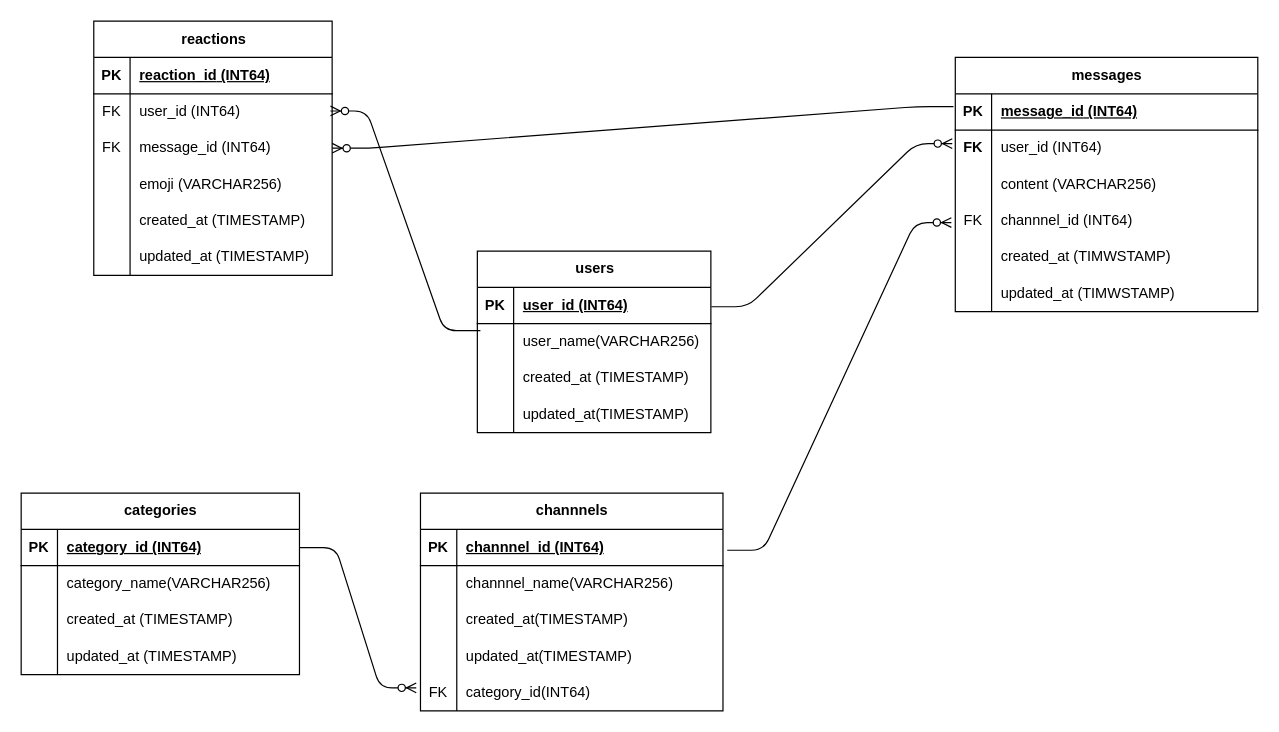
yoshiddddd/miteruyo-bot keeps this draw.io diagram as data-collect-bot/blueprint/discordER.drawio. Above is the earlier version. Source tidied: cells renumbered, new cells numbered last; positions are measured from the earlier drawing's top-left corner, leaving out a move shared by most shapes. Both pictures are drawn from the tidied source at 121%, with x=0, y=0 at pixel (21, 21).
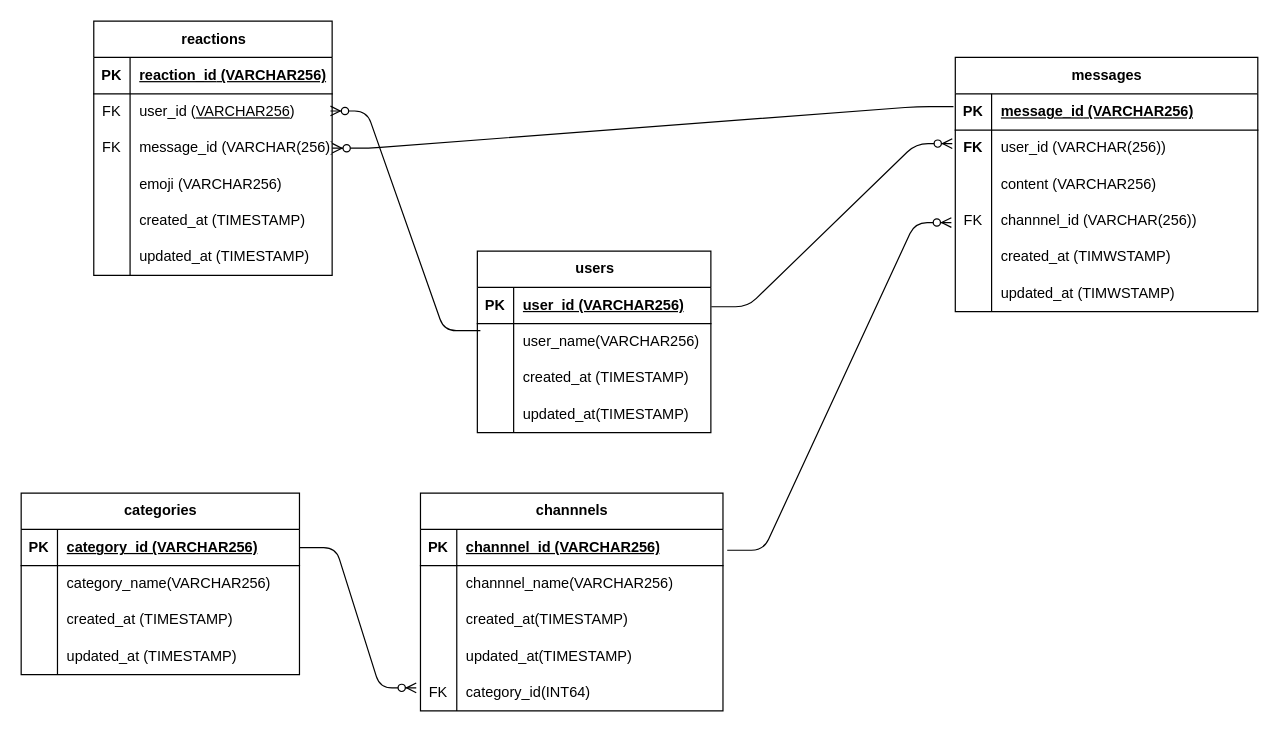
Above is the later version.

Unchanged cells that the change refers to:
```xml
<mxCell id="3" style="shape=tableRow;horizontal=0;startSize=0;swimlaneHead=0;swimlaneBody=0;fillColor=none;points=[[0,0.5],[1,0.5]];portConstraint=eastwest;top=0;left=0;right=0;bottom=1;" parent="2" vertex="1">
  <mxGeometry y="30" width="193" height="30" as="geometry" />
</mxCell>
<mxCell id="16" style="shape=tableRow;horizontal=0;startSize=0;swimlaneHead=0;swimlaneBody=0;fillColor=none;points=[[0,0.5],[1,0.5]];portConstraint=eastwest;top=0;left=0;right=0;bottom=1;" parent="15" vertex="1">
  <mxGeometry y="30" width="250" height="30" as="geometry" />
</mxCell>
<mxCell id="19" style="shape=tableRow;horizontal=0;startSize=0;swimlaneHead=0;swimlaneBody=0;fillColor=none;points=[[0,0.5],[1,0.5]];portConstraint=eastwest;top=0;left=0;right=0;bottom=0;" parent="15" vertex="1">
  <mxGeometry y="60" width="250" height="30" as="geometry" />
</mxCell>
<mxCell id="25" style="shape=tableRow;horizontal=0;startSize=0;swimlaneHead=0;swimlaneBody=0;fillColor=none;points=[[0,0.5],[1,0.5]];portConstraint=eastwest;top=0;left=0;right=0;bottom=0;" parent="15" vertex="1">
  <mxGeometry y="120" width="250" height="30" as="geometry" />
</mxCell>
<mxCell id="35" style="shape=tableRow;horizontal=0;startSize=0;swimlaneHead=0;swimlaneBody=0;fillColor=none;top=0;left=0;right=0;bottom=1;" parent="34" vertex="1">
  <mxGeometry y="30" width="197" height="30" as="geometry" />
</mxCell>
<mxCell id="38" style="shape=tableRow;horizontal=0;startSize=0;swimlaneHead=0;swimlaneBody=0;fillColor=none;points=[[0,0.5],[1,0.5]];portConstraint=eastwest;top=0;left=0;right=0;bottom=0;" parent="34" vertex="1">
  <mxGeometry y="60" width="197" height="30" as="geometry" />
</mxCell>
<mxCell id="41" style="shape=tableRow;horizontal=0;startSize=0;swimlaneHead=0;swimlaneBody=0;fillColor=none;points=[[0,0.5],[1,0.5]];portConstraint=eastwest;top=0;left=0;right=0;bottom=0;" parent="34" vertex="1">
  <mxGeometry y="90" width="197" height="30" as="geometry" />
</mxCell>
<mxCell id="57" style="shape=tableRow;horizontal=0;startSize=0;swimlaneHead=0;swimlaneBody=0;fillColor=none;points=[[0,0.5],[1,0.5]];portConstraint=eastwest;top=0;left=0;right=0;bottom=1;" parent="56" vertex="1">
  <mxGeometry y="30" width="250" height="30" as="geometry" />
</mxCell>
<mxCell id="74" style="shape=tableRow;horizontal=0;startSize=0;swimlaneHead=0;swimlaneBody=0;fillColor=none;points=[[0,0.5],[1,0.5]];portConstraint=eastwest;top=0;left=0;right=0;bottom=1;" parent="73" vertex="1">
  <mxGeometry y="30" width="230" height="30" as="geometry" />
</mxCell>
```

Diff of the diagram source:
```diff
@@
-    <mxCell id="5" value="user_id (INT64)" style="shape=partialRectangle;fillColor=none;top=0;left=0;bottom=0;right=0;align=left;spacingLeft=6;fontStyle=5;overflow=hidden;whiteSpace=wrap;html=1;" parent="3" vertex="1">
+    <mxCell id="5" value="user_id (VARCHAR256)" style="shape=partialRectangle;fillColor=none;top=0;left=0;bottom=0;right=0;align=left;spacingLeft=6;fontStyle=5;overflow=hidden;whiteSpace=wrap;html=1;" parent="3" vertex="1">
       <mxGeometry x="30" width="163" height="30" as="geometry" />
     </mxCell>
@@
-    <mxCell id="18" value="message_id&lt;span style=&quot;color: rgb(0, 0, 0);&quot;&gt;&amp;nbsp;(INT64)&lt;/span&gt;" style="shape=partialRectangle;fillColor=none;top=0;left=0;bottom=0;right=0;align=left;spacingLeft=6;fontStyle=5;overflow=hidden;whiteSpace=wrap;html=1;" parent="16" vertex="1">
+    <mxCell id="18" value="message_id&lt;span style=&quot;color: rgb(0, 0, 0);&quot;&gt;&amp;nbsp;(VARCHAR256)&lt;/span&gt;" style="shape=partialRectangle;fillColor=none;top=0;left=0;bottom=0;right=0;align=left;spacingLeft=6;fontStyle=5;overflow=hidden;whiteSpace=wrap;html=1;" parent="16" vertex="1">
       <mxGeometry x="30" width="220" height="30" as="geometry" />
     </mxCell>
@@
-    <mxCell id="21" value="user_id (INT64)" style="shape=partialRectangle;fillColor=none;top=0;left=0;bottom=0;right=0;align=left;spacingLeft=6;overflow=hidden;whiteSpace=wrap;html=1;" parent="19" vertex="1">
+    <mxCell id="21" value="user_id (VARCHAR(256))" style="shape=partialRectangle;fillColor=none;top=0;left=0;bottom=0;right=0;align=left;spacingLeft=6;overflow=hidden;whiteSpace=wrap;html=1;" parent="19" vertex="1">
       <mxGeometry x="30" width="220" height="30" as="geometry" />
     </mxCell>
@@
-    <mxCell id="27" value="channnel_id (INT64)" style="shape=partialRectangle;fillColor=none;top=0;left=0;bottom=0;right=0;align=left;spacingLeft=6;overflow=hidden;whiteSpace=wrap;html=1;" parent="25" vertex="1">
+    <mxCell id="27" value="channnel_id (VARCHAR(256))" style="shape=partialRectangle;fillColor=none;top=0;left=0;bottom=0;right=0;align=left;spacingLeft=6;overflow=hidden;whiteSpace=wrap;html=1;" parent="25" vertex="1">
       <mxGeometry x="30" width="220" height="30" as="geometry" />
     </mxCell>
@@
-    <mxCell id="37" value="reaction_id&lt;span style=&quot;color: rgb(0, 0, 0);&quot;&gt;&amp;nbsp;(INT64)&lt;/span&gt;" style="shape=partialRectangle;fillColor=none;top=0;left=0;bottom=0;right=0;align=left;spacingLeft=6;fontStyle=5;overflow=hidden;whiteSpace=wrap;html=1;" parent="35" vertex="1">
+    <mxCell id="37" value="reaction_id&lt;span style=&quot;color: rgb(0, 0, 0);&quot;&gt;&amp;nbsp;(VARCHAR256)&lt;/span&gt;" style="shape=partialRectangle;fillColor=none;top=0;left=0;bottom=0;right=0;align=left;spacingLeft=6;fontStyle=5;overflow=hidden;whiteSpace=wrap;html=1;" parent="35" vertex="1">
       <mxGeometry x="30" width="167" height="30" as="geometry" />
     </mxCell>
@@
-    <mxCell id="40" value="user_id&lt;span style=&quot;color: rgb(0, 0, 0);&quot;&gt;&amp;nbsp;(INT64)&lt;/span&gt;" style="shape=partialRectangle;fillColor=none;top=0;left=0;bottom=0;right=0;align=left;spacingLeft=6;overflow=hidden;whiteSpace=wrap;html=1;" parent="38" vertex="1">
+    <mxCell id="40" value="user_id&lt;span style=&quot;color: rgb(0, 0, 0);&quot;&gt;&amp;nbsp;(&lt;span style=&quot;color: rgb(0, 0, 0); text-decoration-line: underline;&quot;&gt;VARCHAR256&lt;/span&gt;)&lt;/span&gt;" style="shape=partialRectangle;fillColor=none;top=0;left=0;bottom=0;right=0;align=left;spacingLeft=6;overflow=hidden;whiteSpace=wrap;html=1;" parent="38" vertex="1">
       <mxGeometry x="30" width="167" height="30" as="geometry" />
     </mxCell>
@@
-    <mxCell id="43" value="message_id&lt;span style=&quot;color: rgb(0, 0, 0);&quot;&gt;&amp;nbsp;(INT64)&lt;/span&gt;" style="shape=partialRectangle;fillColor=none;top=0;left=0;bottom=0;right=0;align=left;spacingLeft=6;overflow=hidden;whiteSpace=wrap;html=1;" parent="41" vertex="1">
+    <mxCell id="43" value="message_id&lt;span style=&quot;color: rgb(0, 0, 0);&quot;&gt;&amp;nbsp;(VARCHAR(256))&lt;/span&gt;" style="shape=partialRectangle;fillColor=none;top=0;left=0;bottom=0;right=0;align=left;spacingLeft=6;overflow=hidden;whiteSpace=wrap;html=1;" parent="41" vertex="1">
       <mxGeometry x="30" width="167" height="30" as="geometry" />
     </mxCell>
@@
-    <mxCell id="59" value="channnel_id (INT64)" style="shape=partialRectangle;fillColor=none;top=0;left=0;bottom=0;right=0;align=left;spacingLeft=6;fontStyle=5;overflow=hidden;whiteSpace=wrap;html=1;" parent="57" vertex="1">
+    <mxCell id="59" value="channnel_id (VARCHAR256)" style="shape=partialRectangle;fillColor=none;top=0;left=0;bottom=0;right=0;align=left;spacingLeft=6;fontStyle=5;overflow=hidden;whiteSpace=wrap;html=1;" parent="57" vertex="1">
       <mxGeometry x="30" width="220" height="30" as="geometry" />
     </mxCell>
@@
-    <mxCell id="76" value="category_id (INT64)" style="shape=partialRectangle;fillColor=none;top=0;left=0;bottom=0;right=0;align=left;spacingLeft=6;fontStyle=5;overflow=hidden;whiteSpace=wrap;html=1;" parent="74" vertex="1">
+    <mxCell id="76" value="category_id (VARCHAR256)" style="shape=partialRectangle;fillColor=none;top=0;left=0;bottom=0;right=0;align=left;spacingLeft=6;fontStyle=5;overflow=hidden;whiteSpace=wrap;html=1;" parent="74" vertex="1">
       <mxGeometry x="30" width="200" height="30" as="geometry" />
     </mxCell>
```
